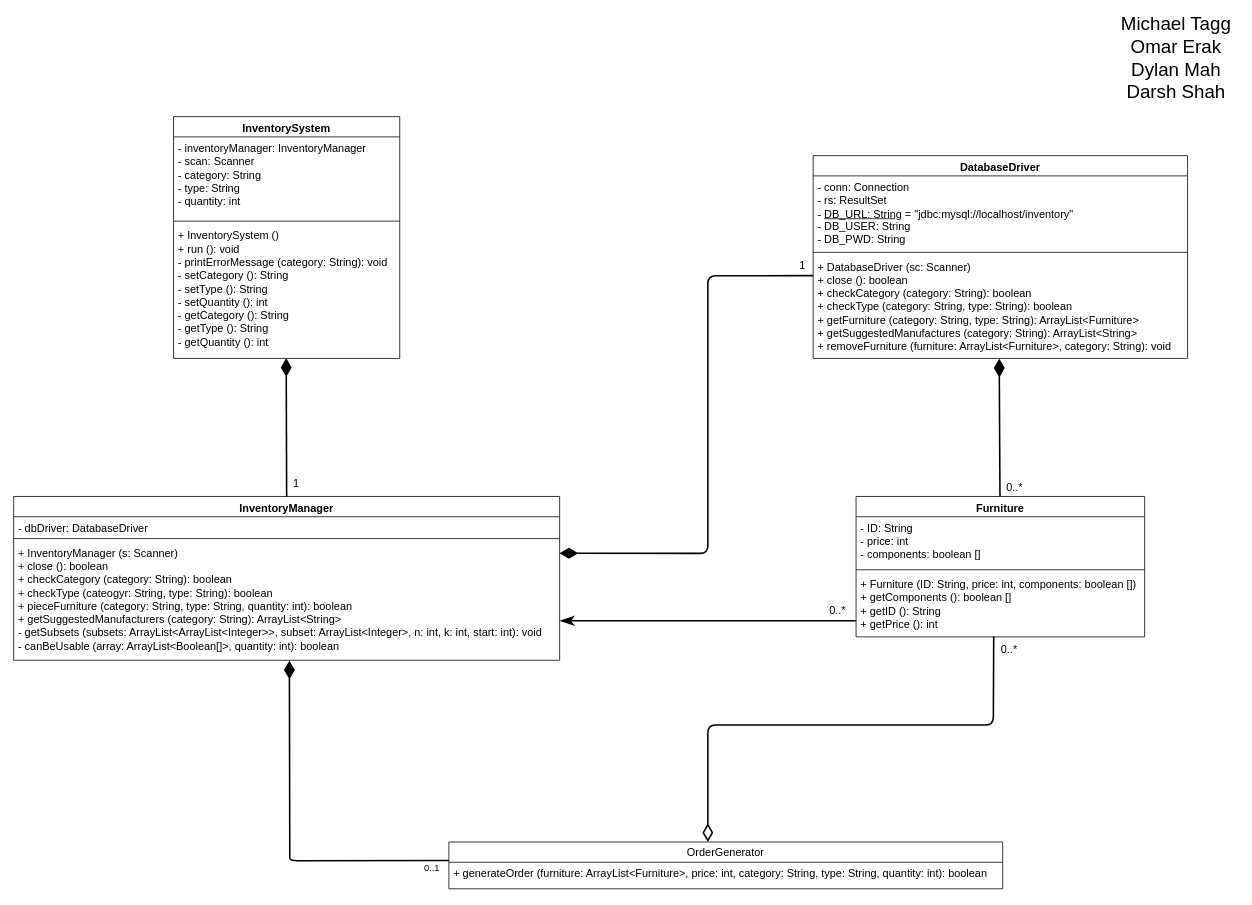
Before: Untitled Diagram.drawio in mtagg/409ProjectG16, a draw.io diagram. Source tidied: cells renumbered, new cells numbered last; positions are measured from the earlier drawing's top-left corner, leaving out a move shared by most shapes. Both pictures are drawn from the tidied source at 78%, with x=0, y=0 at pixel (13, 23).
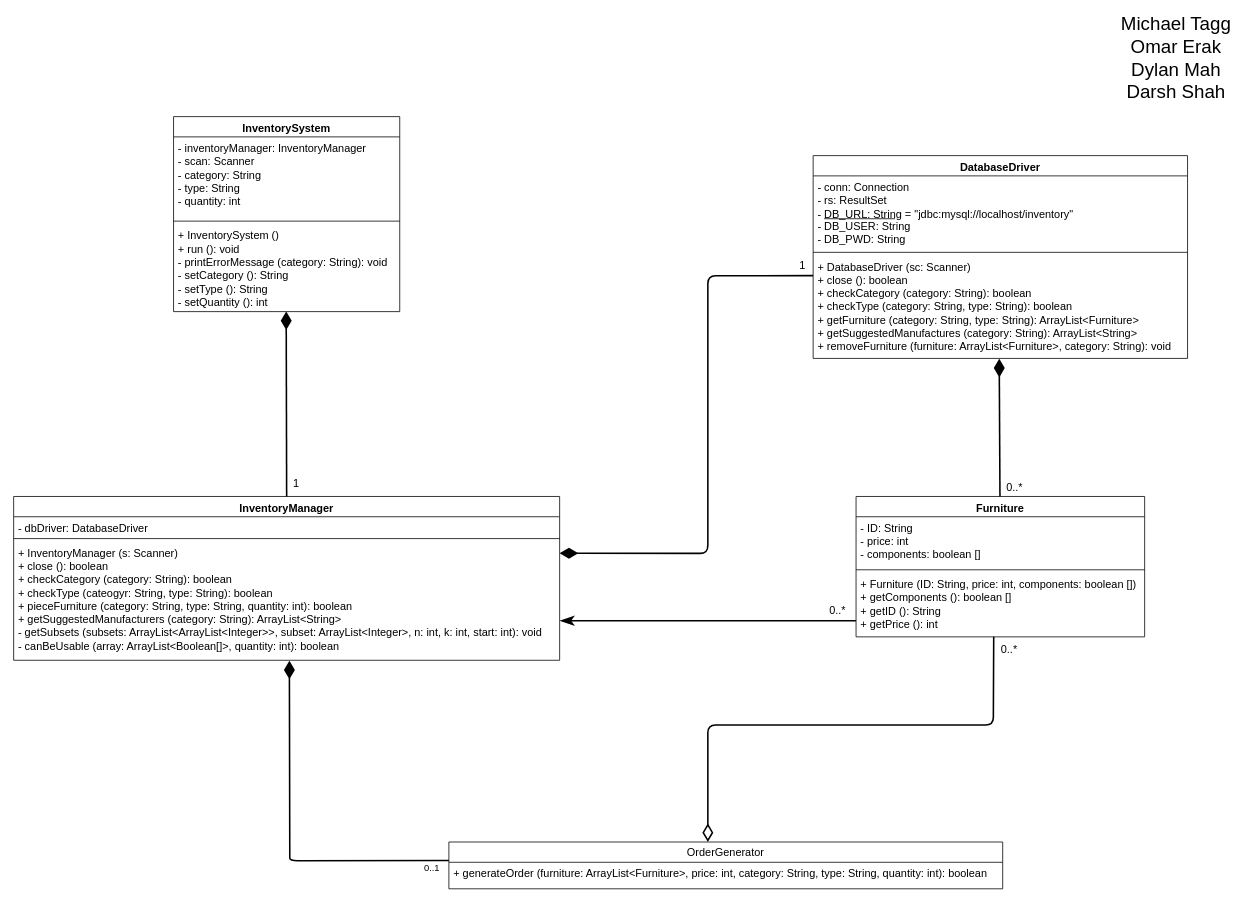
After the change.

Diff of the diagram source:
```diff
@@
     <mxCell id="12" value="InventorySystem" style="swimlane;fontStyle=1;align=center;verticalAlign=top;horizontal=1;startSize=26;fontSize=14;" parent="1" vertex="1">
-      <mxGeometry x="205" y="120" width="290" height="310" as="geometry" />
+      <mxGeometry x="205" y="120" width="290" height="250" as="geometry" />
     </mxCell>
@@
-    <mxCell id="15" value="+ InventorySystem ()&#10;+ run (): void&#10;- printErrorMessage (category: String): void&#10;- setCategory (): String&#10;- setType (): String&#10;- setQuantity (): int&#10;- getCategory (): String&#10;- getType (): String&#10;- getQuantity (): int&#10;" style="text;strokeColor=none;fillColor=none;align=left;verticalAlign=top;spacingLeft=4;spacingRight=4;overflow=hidden;points=[[0,0.5],[1,0.5]];portConstraint=eastwest;fontSize=14;" parent="12" vertex="1">
-      <mxGeometry y="138" width="290" height="172" as="geometry" />
+    <mxCell id="15" value="+ InventorySystem ()&#10;+ run (): void&#10;- printErrorMessage (category: String): void&#10;- setCategory (): String&#10;- setType (): String&#10;- setQuantity (): int&#10;" style="text;strokeColor=none;fillColor=none;align=left;verticalAlign=top;spacingLeft=4;spacingRight=4;overflow=hidden;points=[[0,0.5],[1,0.5]];portConstraint=eastwest;fontSize=14;" parent="12" vertex="1">
+      <mxGeometry y="138" width="290" height="112" as="geometry" />
     </mxCell>
```
